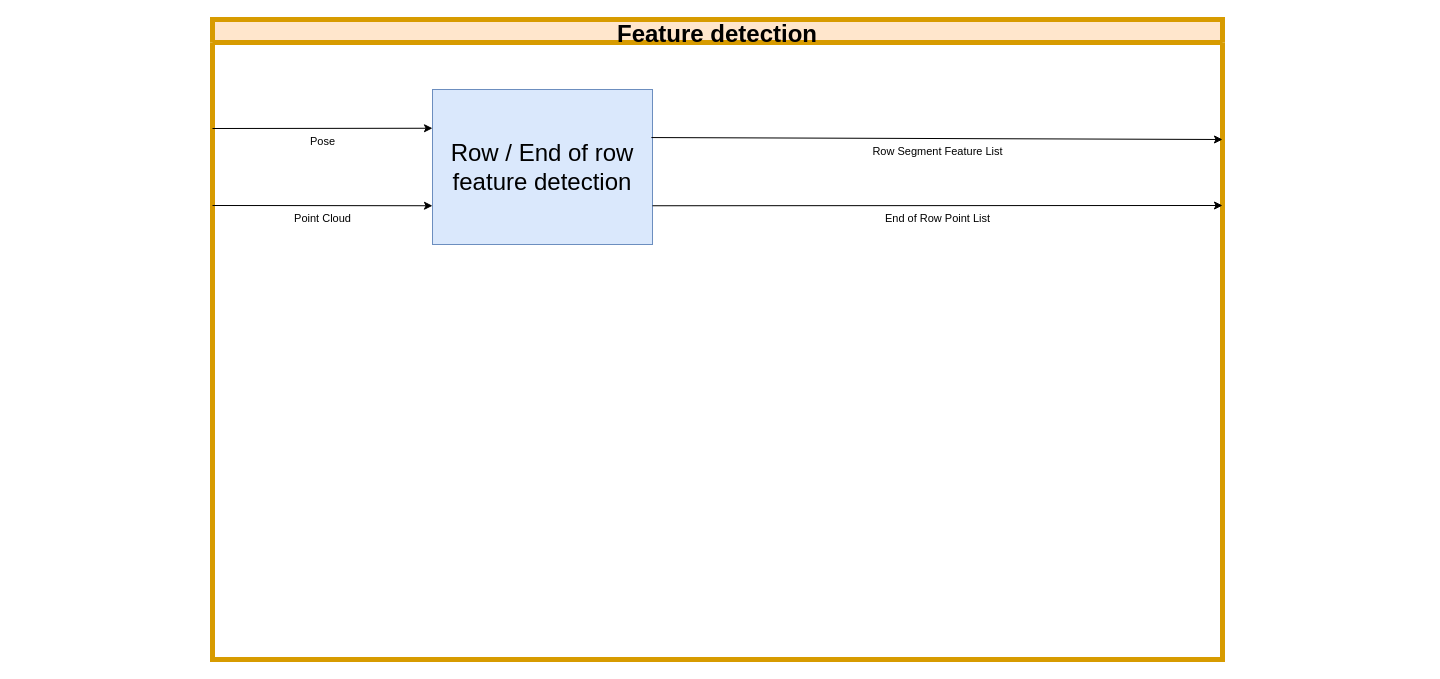
Before: page "Feature detection" (5 of 5) of TestNav.drawio in ipa-dmo/ipa_outdoor_docu, a draw.io diagram. Source tidied: cells renumbered, new cells numbered last; positions are measured from the earlier drawing's top-left corner, leaving out a move shared by most shapes. Both pictures are drawn from the tidied source at 100%, with x=0, y=0 at pixel (212, 19).
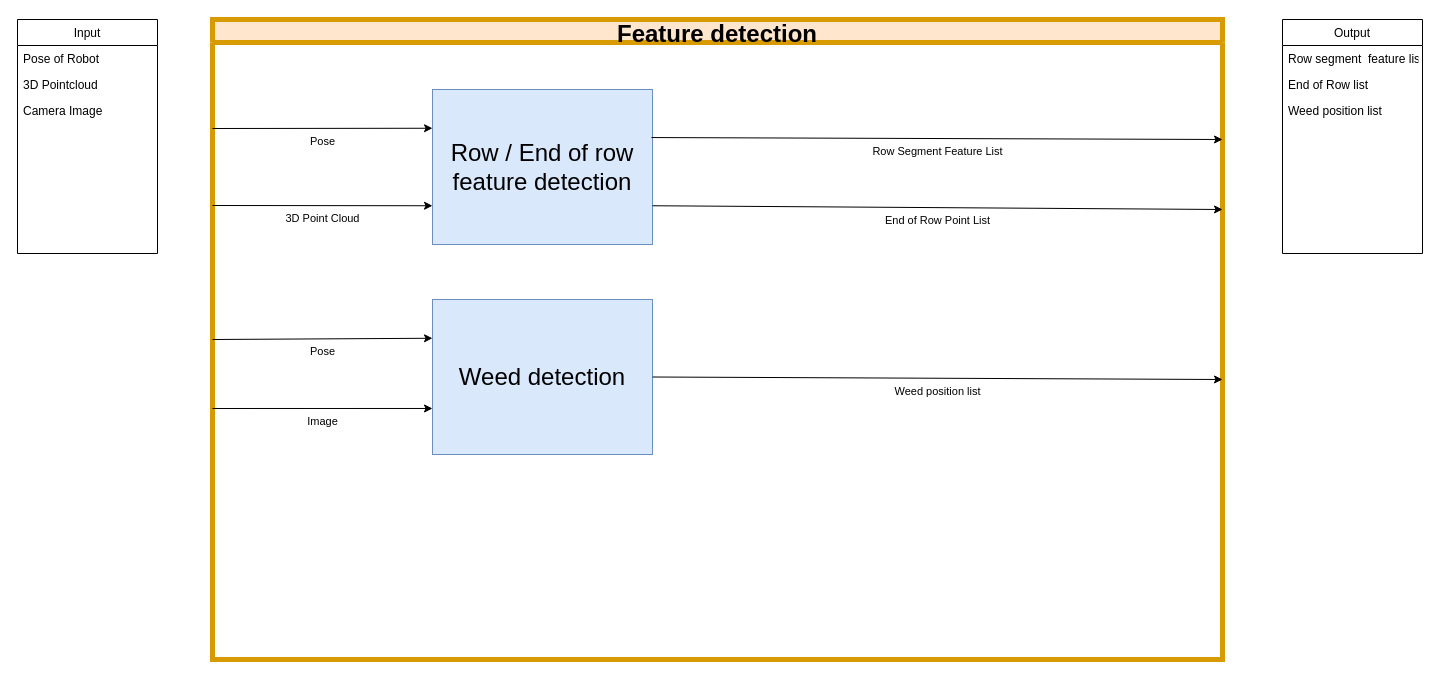
The same diagram, later.

The change refers to these unchanged cells:
```xml
<mxCell id="2" value="Feature detection" style="swimlane;fillColor=#ffe6cc;strokeColor=#d79b00;fontSize=24;strokeWidth=5;" parent="1" vertex="1">
  <mxGeometry width="1010" height="640" as="geometry" />
</mxCell>
<mxCell id="3" value="&lt;font style=&quot;font-size: 24px&quot;&gt;Row / End of row feature detection&lt;/font&gt;" style="whiteSpace=wrap;html=1;fillColor=#dae8fc;strokeColor=#6c8ebf;" parent="2" vertex="1">
  <mxGeometry x="220" y="70" width="220" height="155" as="geometry" />
</mxCell>
```

Change to the diagram source:
```diff
@@
-    <mxCell id="4" value="&lt;div&gt;Point Cloud&lt;/div&gt;" style="endArrow=classic;html=1;verticalAlign=top;entryX=0;entryY=0.75;entryDx=0;entryDy=0;" parent="2" edge="1" target="3">
+    <mxCell id="4" value="&lt;div&gt;3D Point Cloud&lt;/div&gt;" style="endArrow=classic;html=1;verticalAlign=top;entryX=0;entryY=0.75;entryDx=0;entryDy=0;" parent="2" edge="1" target="3">
       <mxGeometry relative="1" as="geometry">
         <mxPoint y="186" as="sourcePoint" />
       </mxGeometry>
     </mxCell>
@@
-    <mxCell id="7" value="End of Row Point List" style="endArrow=classic;html=1;verticalAlign=top;exitX=1;exitY=0.75;exitDx=0;exitDy=0;" parent="1" edge="1" source="3">
+    <mxCell id="7" value="End of Row Point List" style="endArrow=classic;html=1;verticalAlign=top;exitX=1;exitY=0.75;exitDx=0;exitDy=0;" parent="2" edge="1" source="3">
       <mxGeometry relative="1" as="geometry">
-        <mxPoint x="1010" y="186" as="targetPoint" />
+        <mxPoint x="1010" y="190" as="targetPoint" />
       </mxGeometry>
     </mxCell>
+    <mxCell id="8" value="&lt;div&gt;&lt;font style=&quot;font-size: 24px&quot;&gt;Weed detection&lt;/font&gt;&lt;/div&gt;" style="whiteSpace=wrap;html=1;fillColor=#dae8fc;strokeColor=#6c8ebf;" parent="2" vertex="1">
+      <mxGeometry x="220" y="280" width="220" height="155" as="geometry" />
+    </mxCell>
+    <mxCell id="9" value="&lt;div&gt;Pose&lt;/div&gt;" style="endArrow=classic;html=1;verticalAlign=top;entryX=0;entryY=0.25;entryDx=0;entryDy=0;exitX=0;exitY=0.5;exitDx=0;exitDy=0;" parent="2" edge="1" source="2" target="8">
+      <mxGeometry relative="1" as="geometry" />
+    </mxCell>
+    <mxCell id="10" value="Weed position list " style="endArrow=classic;html=1;verticalAlign=top;exitX=1;exitY=0.5;exitDx=0;exitDy=0;" parent="2" edge="1" source="8">
+      <mxGeometry relative="1" as="geometry">
+        <mxPoint x="1010" y="360" as="targetPoint" />
+      </mxGeometry>
+    </mxCell>
+    <mxCell id="11" value="Input" style="swimlane;fontStyle=0;horizontal=1;startSize=26;" parent="1" vertex="1">
+      <mxGeometry x="-195" width="140" height="234" as="geometry" />
+    </mxCell>
+    <mxCell id="12" value="Pose of Robot" style="text;strokeColor=none;fillColor=none;align=left;verticalAlign=top;spacingLeft=4;spacingRight=4;overflow=hidden;" parent="11" vertex="1">
+      <mxGeometry y="26" width="140" height="26" as="geometry" />
+    </mxCell>
+    <mxCell id="13" value="3D Pointcloud" style="text;strokeColor=none;fillColor=none;align=left;verticalAlign=top;spacingLeft=4;spacingRight=4;overflow=hidden;" parent="11" vertex="1">
+      <mxGeometry y="52" width="140" height="26" as="geometry" />
+    </mxCell>
+    <mxCell id="14" value="Camera Image" style="text;strokeColor=none;fillColor=none;align=left;verticalAlign=top;spacingLeft=4;spacingRight=4;overflow=hidden;" parent="11" vertex="1">
+      <mxGeometry y="78" width="140" height="26" as="geometry" />
+    </mxCell>
+    <mxCell id="15" value=" " style="text;strokeColor=none;fillColor=none;align=left;verticalAlign=top;spacingLeft=4;spacingRight=4;overflow=hidden;" parent="11" vertex="1">
+      <mxGeometry y="104" width="140" height="26" as="geometry" />
+    </mxCell>
+    <mxCell id="16" value=" " style="text;strokeColor=none;fillColor=none;align=left;verticalAlign=top;spacingLeft=4;spacingRight=4;overflow=hidden;" parent="11" vertex="1">
+      <mxGeometry y="130" width="140" height="26" as="geometry" />
+    </mxCell>
+    <mxCell id="17" value=" " style="text;strokeColor=none;fillColor=none;align=left;verticalAlign=top;spacingLeft=4;spacingRight=4;overflow=hidden;" parent="11" vertex="1">
+      <mxGeometry y="156" width="140" height="26" as="geometry" />
+    </mxCell>
+    <mxCell id="18" value=" " style="text;strokeColor=none;fillColor=none;align=left;verticalAlign=top;spacingLeft=4;spacingRight=4;overflow=hidden;" parent="11" vertex="1">
+      <mxGeometry y="182" width="140" height="26" as="geometry" />
+    </mxCell>
+    <mxCell id="19" value=" " style="text;strokeColor=none;fillColor=none;align=left;verticalAlign=top;spacingLeft=4;spacingRight=4;overflow=hidden;" parent="11" vertex="1">
+      <mxGeometry y="208" width="140" height="26" as="geometry" />
+    </mxCell>
+    <mxCell id="20" value="Output" style="swimlane;fontStyle=0;horizontal=1;startSize=26;" parent="1" vertex="1">
+      <mxGeometry x="1070" width="140" height="234" as="geometry" />
+    </mxCell>
+    <mxCell id="21" value="Row segment  feature list" style="text;strokeColor=none;fillColor=none;align=left;verticalAlign=top;spacingLeft=4;spacingRight=4;overflow=hidden;" parent="20" vertex="1">
+      <mxGeometry y="26" width="140" height="26" as="geometry" />
+    </mxCell>
+    <mxCell id="22" value="End of Row list" style="text;strokeColor=none;fillColor=none;align=left;verticalAlign=top;spacingLeft=4;spacingRight=4;overflow=hidden;" parent="20" vertex="1">
+      <mxGeometry y="52" width="140" height="26" as="geometry" />
+    </mxCell>
+    <mxCell id="23" value="Weed position list " style="text;strokeColor=none;fillColor=none;align=left;verticalAlign=top;spacingLeft=4;spacingRight=4;overflow=hidden;" parent="20" vertex="1">
+      <mxGeometry y="78" width="140" height="26" as="geometry" />
+    </mxCell>
+    <mxCell id="24" value=" " style="text;strokeColor=none;fillColor=none;align=left;verticalAlign=top;spacingLeft=4;spacingRight=4;overflow=hidden;" parent="20" vertex="1">
+      <mxGeometry y="104" width="140" height="26" as="geometry" />
+    </mxCell>
+    <mxCell id="25" value=" " style="text;strokeColor=none;fillColor=none;align=left;verticalAlign=top;spacingLeft=4;spacingRight=4;overflow=hidden;" parent="20" vertex="1">
+      <mxGeometry y="130" width="140" height="26" as="geometry" />
+    </mxCell>
+    <mxCell id="26" value=" " style="text;strokeColor=none;fillColor=none;align=left;verticalAlign=top;spacingLeft=4;spacingRight=4;overflow=hidden;" parent="20" vertex="1">
+      <mxGeometry y="156" width="140" height="26" as="geometry" />
+    </mxCell>
+    <mxCell id="27" value=" " style="text;strokeColor=none;fillColor=none;align=left;verticalAlign=top;spacingLeft=4;spacingRight=4;overflow=hidden;" parent="20" vertex="1">
+      <mxGeometry y="182" width="140" height="26" as="geometry" />
+    </mxCell>
+    <mxCell id="28" value=" " style="text;strokeColor=none;fillColor=none;align=left;verticalAlign=top;spacingLeft=4;spacingRight=4;overflow=hidden;" parent="20" vertex="1">
+      <mxGeometry y="208" width="140" height="26" as="geometry" />
+    </mxCell>
+    <mxCell id="29" value="Image" style="endArrow=classic;html=1;verticalAlign=top;entryX=0;entryY=0.703;entryDx=0;entryDy=0;entryPerimeter=0;" parent="1" edge="1" target="8">
+      <mxGeometry relative="1" as="geometry">
+        <mxPoint y="389" as="sourcePoint" />
+      </mxGeometry>
+    </mxCell>
```
